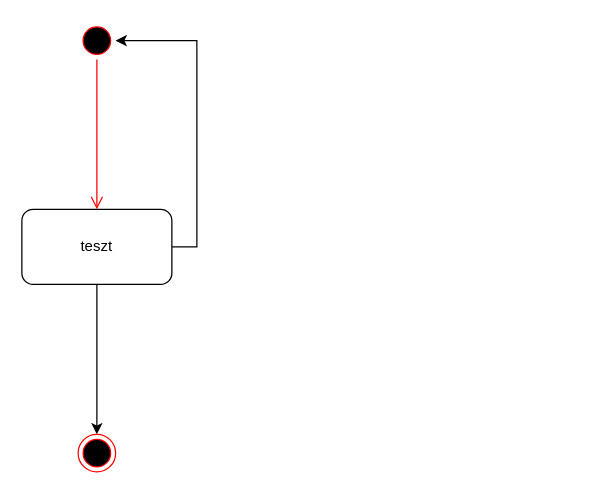
Above: teszt.drawio in Pilu110/diagramok (draw.io), before the change. Source tidied: cells renumbered, new cells numbered last; positions are measured from the earlier drawing's top-left corner, leaving out a move shared by most shapes. Both pictures are drawn from the tidied source at 125%, with x=0, y=0 at pixel (21, 21).
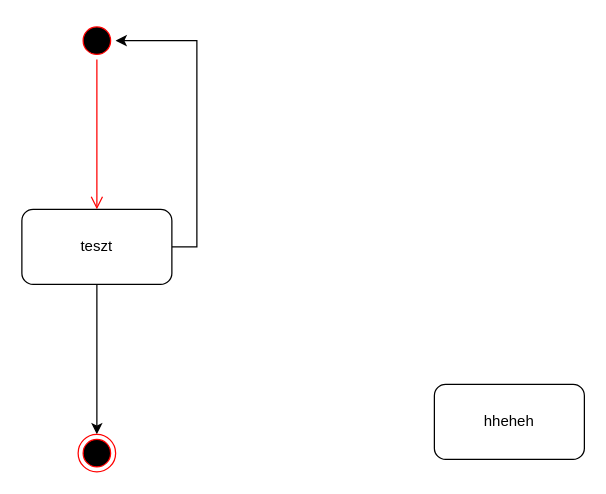
After the change.

Diff of the diagram source:
```diff
@@
 <mxGraphModel>
   <root>
     <mxCell id="0" />
     <mxCell id="1" parent="0" />
     <mxCell id="2" style="edgeStyle=orthogonalEdgeStyle;rounded=0;jettySize=auto;html=1;entryX=0.5;entryY=0;entryDx=0;entryDy=0;" parent="1" edge="1" source="4" target="7">
       <mxGeometry relative="1" as="geometry" />
     </mxCell>
     <mxCell id="3" style="edgeStyle=orthogonalEdgeStyle;rounded=0;jettySize=auto;html=1;exitX=1;exitY=0.5;exitDx=0;exitDy=0;entryX=1;entryY=0.5;entryDx=0;entryDy=0;" parent="1" edge="1" source="4" target="5">
       <mxGeometry relative="1" as="geometry" />
     </mxCell>
     <mxCell id="4" value="teszt" style="rounded=1;whiteSpace=wrap;html=1;" parent="1" vertex="1">
       <mxGeometry y="150" width="120" height="60" as="geometry" />
     </mxCell>
     <mxCell id="5" style="ellipse;html=1;shape=startState;fillColor=#000000;strokeColor=#ff0000;" parent="1" vertex="1">
       <mxGeometry x="45" width="30" height="30" as="geometry" />
     </mxCell>
     <mxCell id="6" style="edgeStyle=orthogonalEdgeStyle;html=1;verticalAlign=bottom;endArrow=open;endSize=8;strokeColor=#ff0000;rounded=0;entryX=0.5;entryY=0;entryDx=0;entryDy=0;" parent="1" edge="1" source="5" target="4">
       <mxGeometry relative="1" as="geometry" />
     </mxCell>
     <mxCell id="7" style="ellipse;html=1;shape=endState;fillColor=#000000;strokeColor=#ff0000;" parent="1" vertex="1">
       <mxGeometry x="45" y="330" width="30" height="30" as="geometry" />
     </mxCell>
+    <mxCell id="8" value="hheheh" style="rounded=1;whiteSpace=wrap;html=1;" parent="1" vertex="1">
+      <mxGeometry x="330" y="290" width="120" height="60" as="geometry" />
+    </mxCell>
   </root>
 </mxGraphModel>
```
